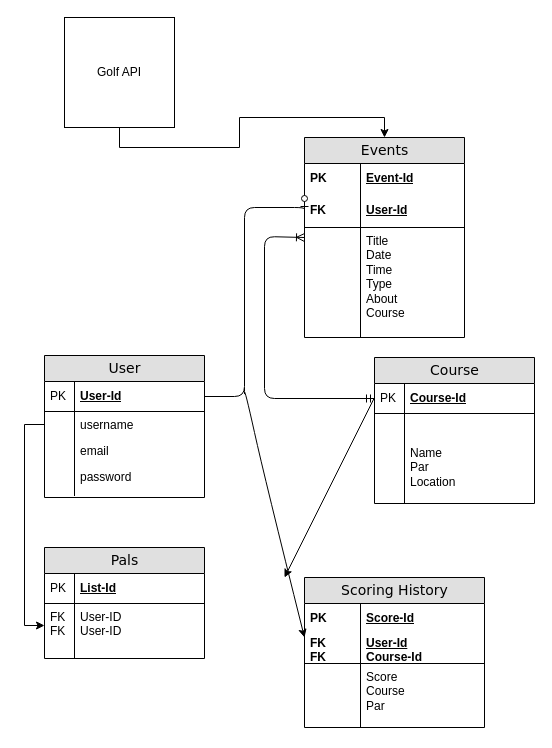
This is Untitled Diagram.drawio from ajhunt012/codeup-spring-blog, a draw.io file, before an edit. Source tidied: cells renumbered, new cells numbered last; positions are measured from the earlier drawing's top-left corner, leaving out a move shared by most shapes. Both pictures are drawn from the tidied source at 100%, with x=0, y=0 at pixel (44, 17).
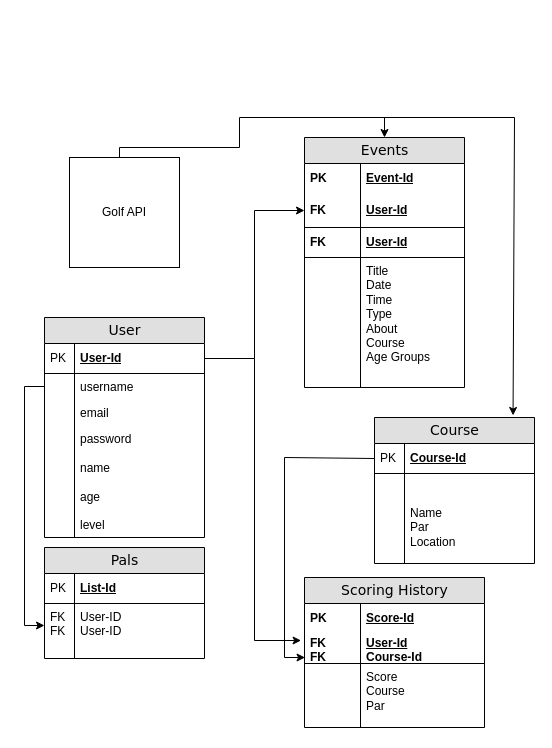
The same diagram, later.

The change refers to these unchanged cells:
```xml
<mxCell id="10" value="Course-Id" style="shape=partialRectangle;top=0;left=0;right=0;bottom=1;html=1;align=left;verticalAlign=middle;fillColor=none;spacingLeft=34;spacingRight=4;whiteSpace=wrap;overflow=hidden;points=[[0,0.5],[1,0.5]];portConstraint=eastwest;fontStyle=5;" parent="9" vertex="1">
  <mxGeometry y="26" width="160" height="30" as="geometry" />
</mxCell>
<mxCell id="26" value="User-Id&lt;br&gt;Course-Id" style="shape=partialRectangle;top=0;left=0;right=0;bottom=1;html=1;align=left;verticalAlign=middle;fillColor=none;spacingLeft=60;spacingRight=4;whiteSpace=wrap;overflow=hidden;points=[[0,0.5],[1,0.5]];portConstraint=eastwest;fontStyle=5;" parent="23" vertex="1">
  <mxGeometry y="56" width="180" height="30" as="geometry" />
</mxCell>
<mxCell id="32" value="User-Id" style="shape=partialRectangle;top=0;left=0;right=0;bottom=1;html=1;align=left;verticalAlign=middle;fillColor=none;spacingLeft=34;spacingRight=4;whiteSpace=wrap;overflow=hidden;points=[[0,0.5],[1,0.5]];portConstraint=eastwest;fontStyle=5;" parent="31" vertex="1">
  <mxGeometry y="26" width="160" height="30" as="geometry" />
</mxCell>
```

Diff of the diagram source:
```diff
@@
     <mxCell id="2" value="Events" style="swimlane;html=1;fontStyle=0;horizontal=1;startSize=26;fillColor=#e0e0e0;swimlaneFillColor=#ffffff;align=center;rounded=0;shadow=0;comic=0;labelBackgroundColor=none;strokeWidth=1;fontFamily=Verdana;fontSize=14;" parent="1" vertex="1">
-      <mxGeometry x="260" y="120" width="160" height="200" as="geometry" />
+      <mxGeometry x="260" y="120" width="160" height="250" as="geometry" />
     </mxCell>
@@
+    <mxCell id="48" value="User-Id" style="shape=partialRectangle;top=0;left=0;right=0;bottom=1;html=1;align=left;verticalAlign=middle;fillColor=none;spacingLeft=60;spacingRight=4;whiteSpace=wrap;overflow=hidden;points=[[0,0.5],[1,0.5]];portConstraint=eastwest;fontStyle=5;" parent="2" vertex="1">
+      <mxGeometry y="56" width="160" height="34" as="geometry" />
+    </mxCell>
+    <mxCell id="49" value="FK" style="shape=partialRectangle;fontStyle=1;top=0;left=0;bottom=0;html=1;fillColor=none;align=left;verticalAlign=middle;spacingLeft=4;spacingRight=4;whiteSpace=wrap;overflow=hidden;" parent="48" vertex="1">
+      <mxGeometry width="56" height="34" as="geometry" />
+    </mxCell>
     <mxCell id="5" value="User-Id" style="shape=partialRectangle;top=0;left=0;right=0;bottom=1;html=1;align=left;verticalAlign=middle;fillColor=none;spacingLeft=60;spacingRight=4;whiteSpace=wrap;overflow=hidden;points=[[0,0.5],[1,0.5]];portConstraint=eastwest;fontStyle=5;" parent="2" vertex="1">
-      <mxGeometry y="56" width="160" height="34" as="geometry" />
+      <mxGeometry y="90" width="160" height="30" as="geometry" />
     </mxCell>
     <mxCell id="6" value="FK" style="shape=partialRectangle;fontStyle=1;top=0;left=0;bottom=0;html=1;fillColor=none;align=left;verticalAlign=middle;spacingLeft=4;spacingRight=4;whiteSpace=wrap;overflow=hidden;" parent="5" vertex="1">
-      <mxGeometry width="56" height="34" as="geometry" />
+      <mxGeometry width="56" height="30" as="geometry" />
     </mxCell>
-    <mxCell id="7" value="Title&lt;br&gt;Date&lt;br&gt;Time&lt;br&gt;Type&lt;br&gt;About&lt;br&gt;Course" style="shape=partialRectangle;top=0;left=0;right=0;bottom=0;html=1;align=left;verticalAlign=top;fillColor=none;spacingLeft=60;spacingRight=4;whiteSpace=wrap;overflow=hidden;" parent="2" vertex="1">
-      <mxGeometry y="90" width="160" height="110" as="geometry" />
+    <mxCell id="7" value="Title&lt;br&gt;Date&lt;br&gt;Time&lt;br&gt;Type&lt;br&gt;About&lt;br&gt;Course&lt;br&gt;Age Groups&lt;br&gt;" style="shape=partialRectangle;top=0;left=0;right=0;bottom=0;html=1;align=left;verticalAlign=top;fillColor=none;spacingLeft=60;spacingRight=4;whiteSpace=wrap;overflow=hidden;" parent="2" vertex="1">
+      <mxGeometry y="120" width="160" height="130" as="geometry" />
     </mxCell>
     <mxCell id="8" style="shape=partialRectangle;top=0;left=0;bottom=0;html=1;fillColor=none;align=left;verticalAlign=top;spacingLeft=4;spacingRight=4;whiteSpace=wrap;overflow=hidden;" parent="7" vertex="1">
-      <mxGeometry width="56" height="110" as="geometry" />
+      <mxGeometry width="56" height="130" as="geometry" />
     </mxCell>
     <mxCell id="9" value="Course" style="swimlane;html=1;fontStyle=0;horizontal=1;startSize=26;fillColor=#e0e0e0;swimlaneFillColor=#ffffff;align=center;rounded=0;shadow=0;comic=0;labelBackgroundColor=none;strokeWidth=1;fontFamily=Verdana;fontSize=14;" parent="1" vertex="1">
-      <mxGeometry x="330" y="340" width="160" height="146" as="geometry" />
+      <mxGeometry x="330" y="400" width="160" height="146" as="geometry" />
     </mxCell>
@@
-    <mxCell id="30" style="edgeStyle=orthogonalEdgeStyle;html=1;endArrow=ERoneToMany;startArrow=ERmandOne;labelBackgroundColor=none;fontFamily=Verdana;fontSize=14;exitX=0;exitY=0.5;" parent="1" edge="1" source="10">
-      <mxGeometry relative="1" as="geometry">
-        <mxPoint x="260" y="220" as="targetPoint" />
-        <Array as="points">
-          <mxPoint x="220" y="381" />
-          <mxPoint x="220" y="219" />
-        </Array>
-      </mxGeometry>
-    </mxCell>
     <mxCell id="31" value="User" style="swimlane;html=1;fontStyle=0;horizontal=1;startSize=26;fillColor=#e0e0e0;swimlaneFillColor=#ffffff;align=center;rounded=0;shadow=0;comic=0;labelBackgroundColor=none;strokeWidth=1;fontFamily=Verdana;fontSize=14;" parent="1" vertex="1">
-      <mxGeometry y="338" width="160" height="142" as="geometry" />
+      <mxGeometry y="300" width="160" height="220" as="geometry" />
     </mxCell>
@@
-    <mxCell id="38" value="password" style="shape=partialRectangle;top=0;left=0;right=0;bottom=0;html=1;align=left;verticalAlign=top;fillColor=none;spacingLeft=34;spacingRight=4;whiteSpace=wrap;overflow=hidden;" parent="31" vertex="1">
-      <mxGeometry y="108" width="160" height="26" as="geometry" />
+    <mxCell id="38" value="password&lt;br&gt;&lt;br&gt;name&lt;br&gt;&lt;br&gt;age&lt;br&gt;&lt;br&gt;level" style="shape=partialRectangle;top=0;left=0;right=0;bottom=0;html=1;align=left;verticalAlign=top;fillColor=none;spacingLeft=34;spacingRight=4;whiteSpace=wrap;overflow=hidden;" parent="31" vertex="1">
+      <mxGeometry y="108" width="160" height="112" as="geometry" />
     </mxCell>
     <mxCell id="39" style="shape=partialRectangle;top=0;left=0;bottom=0;html=1;fillColor=none;align=left;verticalAlign=top;spacingLeft=4;spacingRight=4;whiteSpace=wrap;overflow=hidden;" parent="38" vertex="1">
-      <mxGeometry width="30" height="26" as="geometry" />
+      <mxGeometry width="30" height="112" as="geometry" />
     </mxCell>
-    <mxCell id="40" style="shape=partialRectangle;top=0;left=0;right=0;bottom=0;html=1;align=left;verticalAlign=top;fillColor=none;spacingLeft=34;spacingRight=4;whiteSpace=wrap;overflow=hidden;" parent="31" vertex="1">
-      <mxGeometry y="134" width="160" height="6" as="geometry" />
-    </mxCell>
-    <mxCell id="41" style="shape=partialRectangle;top=0;left=0;bottom=0;html=1;fillColor=none;align=left;verticalAlign=top;spacingLeft=4;spacingRight=4;whiteSpace=wrap;overflow=hidden;" parent="40" vertex="1">
-      <mxGeometry width="30" height="6" as="geometry" />
-    </mxCell>
-    <mxCell id="42" style="edgeStyle=orthogonalEdgeStyle;html=1;endArrow=ERzeroToOne;endFill=1;labelBackgroundColor=none;fontFamily=Verdana;fontSize=14;entryX=0;entryY=0.5;exitX=1;exitY=0.5;entryDx=0;entryDy=0;" parent="1" edge="1" source="32" target="5">
-      <mxGeometry relative="1" as="geometry">
-        <Array as="points">
-          <mxPoint x="200" y="379" />
-          <mxPoint x="200" y="190" />
-          <mxPoint x="260" y="190" />
-        </Array>
-      </mxGeometry>
-    </mxCell>
@@
     <mxCell id="44" style="edgeStyle=orthogonalEdgeStyle;rounded=0;jettySize=auto;html=1;exitX=0.5;exitY=1;exitDx=0;exitDy=0;entryX=0.5;entryY=0;entryDx=0;entryDy=0;" parent="1" edge="1" source="45" target="2">
-      <mxGeometry relative="1" as="geometry" />
+      <mxGeometry relative="1" as="geometry">
+        <Array as="points">
+          <mxPoint x="75" y="130" />
+          <mxPoint x="195" y="130" />
+          <mxPoint x="195" y="100" />
+          <mxPoint x="340" y="100" />
+        </Array>
+      </mxGeometry>
     </mxCell>
     <mxCell id="45" value="Golf API" style="whiteSpace=wrap;html=1;" parent="1" vertex="1">
-      <mxGeometry x="20" width="110" height="110" as="geometry" />
+      <mxGeometry x="25" y="140" width="110" height="110" as="geometry" />
     </mxCell>
-    <mxCell id="46" style="curved=1;endArrow=classic;html=1;rounded=0;" parent="1" edge="1">
-      <mxGeometry relative="1" as="geometry">
-        <mxPoint x="200" y="370" as="sourcePoint" />
-        <mxPoint x="260" y="620" as="targetPoint" />
-        <Array as="points">
-          <mxPoint x="200" y="380" />
-          <mxPoint x="200" y="370" />
-          <mxPoint x="220" y="460" />
-        </Array>
-      </mxGeometry>
-    </mxCell>
-    <mxCell id="47" style="endArrow=classic;html=1;rounded=0;" parent="1" edge="1">
+    <mxCell id="47" style="endArrow=classic;html=1;rounded=0;entryX=0.003;entryY=0.8;entryDx=0;entryDy=0;entryPerimeter=0;exitX=0;exitY=0.5;exitDx=0;exitDy=0;" parent="1" edge="1" source="10" target="26">
       <mxGeometry relative="1" as="geometry">
-        <mxPoint x="330" y="380" as="sourcePoint" />
-        <mxPoint x="240" y="560" as="targetPoint" />
+        <Array as="points">
+          <mxPoint x="240" y="440" />
+          <mxPoint x="240" y="640" />
+        </Array>
       </mxGeometry>
     </mxCell>
+    <mxCell id="50" style="edgeStyle=orthogonalEdgeStyle;rounded=0;jettySize=auto;html=1;exitX=1;exitY=0.5;exitDx=0;exitDy=0;entryX=-0.019;entryY=0.233;entryDx=0;entryDy=0;entryPerimeter=0;" parent="1" edge="1" source="32" target="26">
+      <mxGeometry relative="1" as="geometry" />
+    </mxCell>
+    <mxCell id="51" style="edgeStyle=orthogonalEdgeStyle;rounded=0;jettySize=auto;html=1;entryX=0;entryY=0.5;entryDx=0;entryDy=0;" parent="1" edge="1" source="32" target="48">
+      <mxGeometry relative="1" as="geometry" />
+    </mxCell>
+    <mxCell id="52" style="endArrow=classic;html=1;rounded=0;entryX=0.866;entryY=-0.014;entryDx=0;entryDy=0;entryPerimeter=0;" parent="1" edge="1" target="9">
+      <mxGeometry relative="1" as="geometry">
+        <mxPoint x="310" y="100" as="sourcePoint" />
+        <Array as="points">
+          <mxPoint x="470" y="100" />
+        </Array>
+      </mxGeometry>
+    </mxCell>
```
